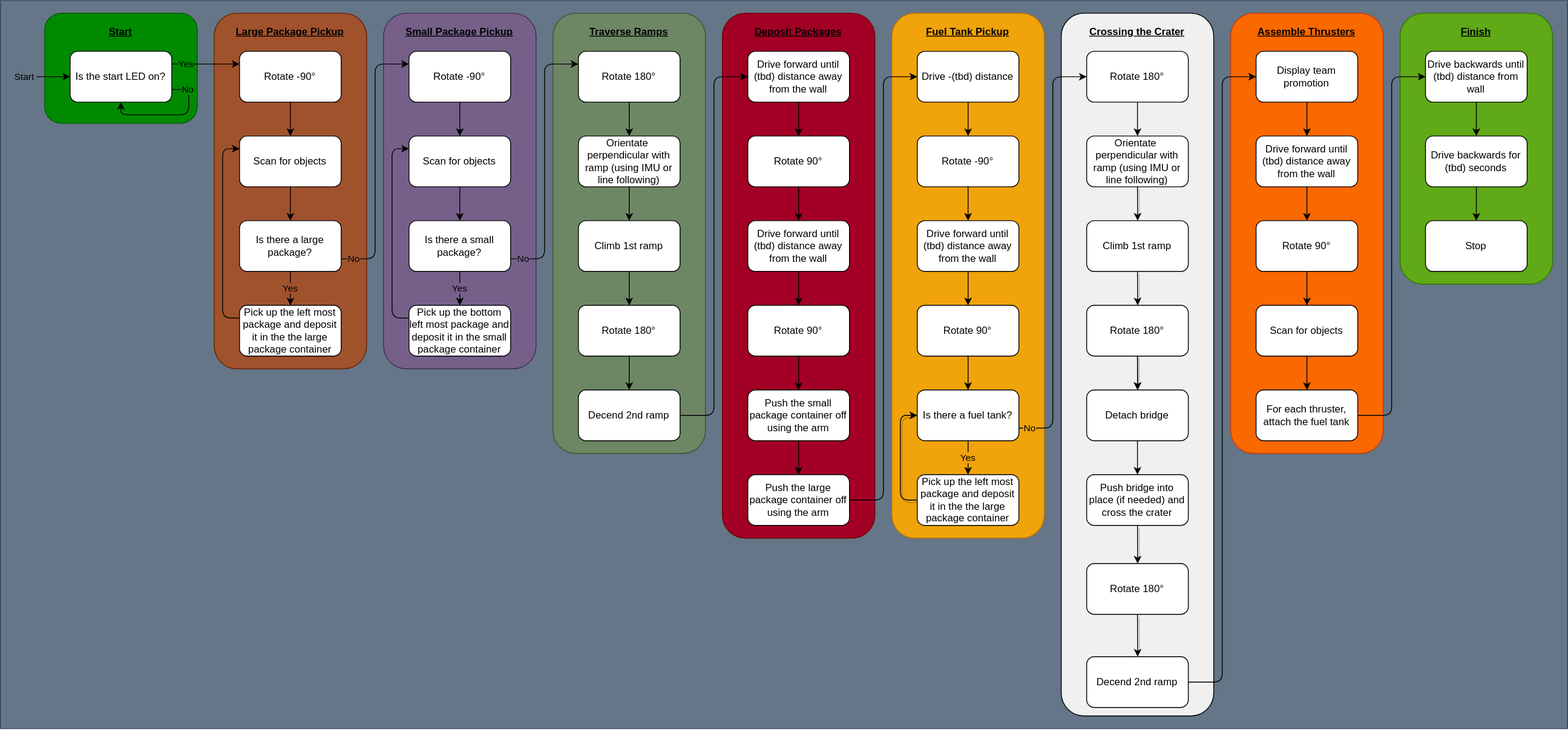
jacobollinger/CBU-IEEE-SEC-HW-2024 keeps this draw.io diagram as docs/block diagrams/high_level_script.drawio.svg. Above is the earlier version. Source tidied: cells renumbered, new cells last; positions are measured from the earlier drawing's top-left corner, leaving out a move shared by most shapes.
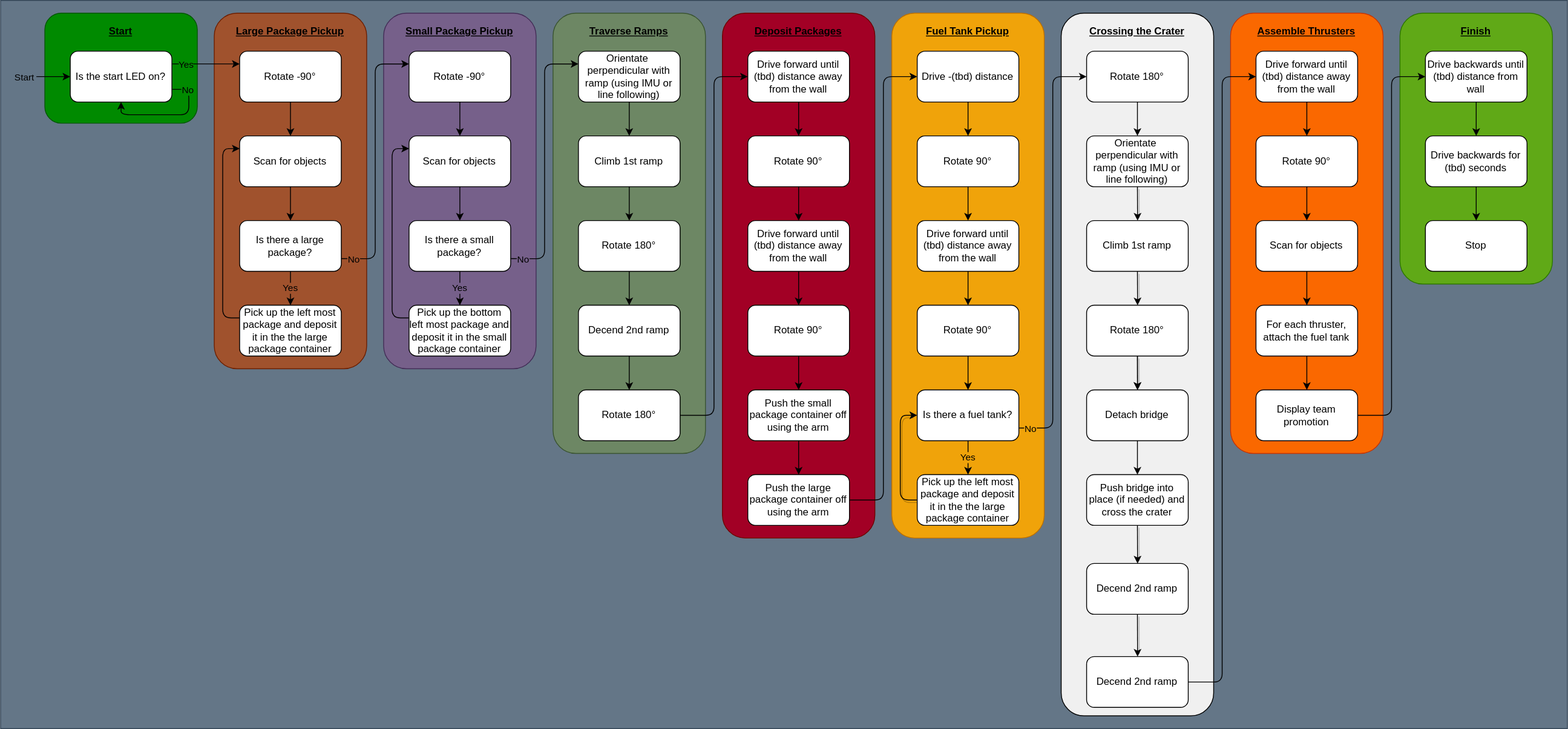
After the commit.

Commit message:
moved when team promotion happens

Change to the diagram source:
```diff
@@ -129,22 +129,22 @@
     <mxCell id="38" style="edgeStyle=orthogonalEdgeStyle;html=1;entryX=0.5;entryY=0;entryDx=0;entryDy=0;labelBackgroundColor=#a0522d;labelBorderColor=none;strokeColor=#000000;" parent="1" edge="1" source="39" target="41">
       <mxGeometry relative="1" as="geometry" />
     </mxCell>
-    <mxCell id="39" value="Rotate 180°" style="rounded=1;whiteSpace=wrap;html=1;" parent="1" vertex="1">
+    <mxCell id="39" value="Orientate&amp;nbsp; perpendicular with ramp (using IMU or line following)" style="rounded=1;whiteSpace=wrap;html=1;" parent="1" vertex="1">
       <mxGeometry x="682.3" y="60" width="120" height="60" as="geometry" />
     </mxCell>
     <mxCell id="40" style="edgeStyle=orthogonalEdgeStyle;html=1;labelBackgroundColor=#a0522d;labelBorderColor=none;strokeColor=#000000;" parent="1" edge="1" source="41" target="43">
       <mxGeometry relative="1" as="geometry" />
     </mxCell>
-    <mxCell id="41" value="Orientate&amp;nbsp; perpendicular with ramp (using IMU or line following)" style="rounded=1;whiteSpace=wrap;html=1;labelBackgroundColor=none;labelBorderColor=none;" parent="1" vertex="1">
+    <mxCell id="41" value="Climb 1st ramp" style="rounded=1;whiteSpace=wrap;html=1;labelBackgroundColor=none;labelBorderColor=none;" parent="1" vertex="1">
       <mxGeometry x="682.3" y="160" width="120" height="60" as="geometry" />
     </mxCell>
     <mxCell id="42" style="edgeStyle=orthogonalEdgeStyle;html=1;labelBackgroundColor=#a0522d;labelBorderColor=none;strokeColor=#000000;" parent="1" edge="1" source="43" target="44">
       <mxGeometry relative="1" as="geometry" />
     </mxCell>
-    <mxCell id="43" value="Climb 1st ramp" style="rounded=1;whiteSpace=wrap;html=1;labelBackgroundColor=none;labelBorderColor=none;" parent="1" vertex="1">
+    <mxCell id="43" value="Rotate 180°" style="rounded=1;whiteSpace=wrap;html=1;labelBackgroundColor=none;labelBorderColor=none;" parent="1" vertex="1">
       <mxGeometry x="682.3" y="260" width="120" height="60" as="geometry" />
     </mxCell>
-    <mxCell id="44" value="Rotate 180°" style="rounded=1;whiteSpace=wrap;html=1;labelBackgroundColor=none;labelBorderColor=none;" parent="1" vertex="1">
+    <mxCell id="44" value="Decend 2nd ramp" style="rounded=1;whiteSpace=wrap;html=1;labelBackgroundColor=none;labelBorderColor=none;" parent="1" vertex="1">
       <mxGeometry x="682.3" y="360" width="120" height="60" as="geometry" />
     </mxCell>
     <mxCell id="45" style="edgeStyle=orthogonalEdgeStyle;html=1;labelBackgroundColor=#a0522d;labelBorderColor=none;exitX=0.5;exitY=1;exitDx=0;exitDy=0;strokeColor=#000000;" parent="1" edge="1" source="44" target="47">
@@ -153,7 +153,7 @@
     <mxCell id="46" style="edgeStyle=orthogonalEdgeStyle;sketch=0;html=1;exitX=1;exitY=0.5;exitDx=0;exitDy=0;entryX=0;entryY=0.5;entryDx=0;entryDy=0;shadow=0;labelBackgroundColor=#a0522d;labelBorderColor=none;startSize=6;strokeColor=#000000;" parent="1" edge="1" source="47" target="49">
       <mxGeometry relative="1" as="geometry" />
     </mxCell>
-    <mxCell id="47" value="Decend 2nd ramp" style="rounded=1;whiteSpace=wrap;html=1;labelBackgroundColor=none;labelBorderColor=none;" parent="1" vertex="1">
+    <mxCell id="47" value="Rotate 180°" style="rounded=1;whiteSpace=wrap;html=1;labelBackgroundColor=none;labelBorderColor=none;" parent="1" vertex="1">
       <mxGeometry x="682.3" y="460" width="120" height="60" as="geometry" />
     </mxCell>
     <mxCell id="48" style="edgeStyle=orthogonalEdgeStyle;html=1;entryX=0.5;entryY=0;entryDx=0;entryDy=0;labelBackgroundColor=#a0522d;labelBorderColor=none;strokeColor=#000000;" parent="1" edge="1" source="49" target="51">
@@ -201,7 +201,7 @@
     <mxCell id="62" style="edgeStyle=orthogonalEdgeStyle;html=1;labelBackgroundColor=#a0522d;labelBorderColor=none;strokeColor=#000000;" parent="1" edge="1" source="63" target="65">
       <mxGeometry relative="1" as="geometry" />
     </mxCell>
-    <mxCell id="63" value="Rotate -90°" style="rounded=1;whiteSpace=wrap;html=1;labelBackgroundColor=none;labelBorderColor=none;" parent="1" vertex="1">
+    <mxCell id="63" value="Rotate 90°" style="rounded=1;whiteSpace=wrap;html=1;labelBackgroundColor=none;labelBorderColor=none;" parent="1" vertex="1">
       <mxGeometry x="1082.3" y="160" width="120" height="60" as="geometry" />
     </mxCell>
     <mxCell id="64" style="edgeStyle=orthogonalEdgeStyle;html=1;labelBackgroundColor=#a0522d;labelBorderColor=none;strokeColor=#000000;" parent="1" edge="1" source="65" target="66">
@@ -249,32 +249,32 @@
     <mxCell id="75" value="Push bridge into place (if needed) and cross the crater" style="rounded=1;whiteSpace=wrap;html=1;labelBackgroundColor=none;labelBorderColor=none;" parent="1" vertex="1">
       <mxGeometry x="1282.3" y="560" width="120" height="60" as="geometry" />
     </mxCell>
-    <mxCell id="76" style="edgeStyle=orthogonalEdgeStyle;sketch=0;html=1;exitX=1;exitY=0.5;exitDx=0;exitDy=0;entryX=0;entryY=0.5;entryDx=0;entryDy=0;shadow=0;labelBackgroundColor=#a0522d;labelBorderColor=none;startSize=6;strokeColor=#000000;" parent="1" edge="1" source="100" target="78">
+    <mxCell id="76" style="edgeStyle=orthogonalEdgeStyle;sketch=0;html=1;exitX=1;exitY=0.5;exitDx=0;exitDy=0;entryX=0;entryY=0.5;entryDx=0;entryDy=0;shadow=0;labelBackgroundColor=#a0522d;labelBorderColor=none;startSize=6;strokeColor=#000000;" parent="1" edge="1" source="100" target="80">
       <mxGeometry relative="1" as="geometry" />
     </mxCell>
-    <mxCell id="77" style="edgeStyle=orthogonalEdgeStyle;html=1;entryX=0.5;entryY=0;entryDx=0;entryDy=0;labelBackgroundColor=#a0522d;labelBorderColor=none;strokeColor=#000000;" parent="1" edge="1" source="78" target="80">
+    <mxCell id="77" style="edgeStyle=orthogonalEdgeStyle;html=1;labelBackgroundColor=#a0522d;labelBorderColor=none;strokeColor=#000000;" parent="1" edge="1" source="107" target="78">
       <mxGeometry relative="1" as="geometry" />
     </mxCell>
     <mxCell id="78" value="Display team promotion" style="rounded=1;whiteSpace=wrap;html=1;" parent="1" vertex="1">
-      <mxGeometry x="1482.3" y="60" width="120" height="60" as="geometry" />
+      <mxGeometry x="1482.3" y="460" width="120" height="60" as="geometry" />
     </mxCell>
     <mxCell id="79" style="edgeStyle=orthogonalEdgeStyle;html=1;labelBackgroundColor=#a0522d;labelBorderColor=none;strokeColor=#000000;" parent="1" edge="1" source="80" target="82">
       <mxGeometry relative="1" as="geometry" />
     </mxCell>
     <mxCell id="80" value="Drive forward until (tbd) distance away from the wall" style="rounded=1;whiteSpace=wrap;html=1;labelBackgroundColor=none;labelBorderColor=none;" parent="1" vertex="1">
-      <mxGeometry x="1482.3" y="160" width="120" height="60" as="geometry" />
+      <mxGeometry x="1482.3" y="60" width="120" height="60" as="geometry" />
     </mxCell>
     <mxCell id="81" style="edgeStyle=orthogonalEdgeStyle;html=1;labelBackgroundColor=#a0522d;labelBorderColor=none;strokeColor=#000000;" parent="1" edge="1" source="82" target="84">
       <mxGeometry relative="1" as="geometry" />
     </mxCell>
     <mxCell id="82" value="Rotate 90°" style="rounded=1;whiteSpace=wrap;html=1;labelBackgroundColor=none;labelBorderColor=none;" parent="1" vertex="1">
-      <mxGeometry x="1482.3" y="260" width="120" height="60" as="geometry" />
+      <mxGeometry x="1482.3" y="160" width="120" height="60" as="geometry" />
     </mxCell>
     <mxCell id="83" style="edgeStyle=none;html=1;exitX=0.5;exitY=1;exitDx=0;exitDy=0;fontColor=#000000;strokeColor=#000000;" parent="1" edge="1" source="84" target="107">
       <mxGeometry relative="1" as="geometry" />
     </mxCell>
     <mxCell id="84" value="Scan for objects" style="rounded=1;whiteSpace=wrap;html=1;labelBackgroundColor=none;labelBorderColor=none;" parent="1" vertex="1">
-      <mxGeometry x="1482.3" y="360" width="120" height="60" as="geometry" />
+      <mxGeometry x="1482.3" y="260" width="120" height="60" as="geometry" />
     </mxCell>
     <mxCell id="85" value="Yes" style="edgeStyle=orthogonalEdgeStyle;html=1;exitX=0.5;exitY=1;exitDx=0;exitDy=0;entryX=0.5;entryY=0;entryDx=0;entryDy=0;labelBackgroundColor=#f0a30a;labelBorderColor=none;strokeColor=#000000;fontColor=#000000;" parent="1" edge="1" source="86" target="88">
       <mxGeometry relative="1" as="geometry" />
@@ -322,7 +322,7 @@
     <mxCell id="98" style="edgeStyle=elbowEdgeStyle;html=1;exitX=0.5;exitY=1;exitDx=0;exitDy=0;entryX=0.5;entryY=0;entryDx=0;entryDy=0;shadow=1;labelBackgroundColor=#fad7ac;strokeColor=#000000;fontColor=#000000;" parent="1" edge="1" source="99" target="100">
       <mxGeometry relative="1" as="geometry" />
     </mxCell>
-    <mxCell id="99" value="Rotate 180°" style="rounded=1;whiteSpace=wrap;html=1;labelBackgroundColor=none;labelBorderColor=none;" parent="1" vertex="1">
+    <mxCell id="99" value="Decend 2nd ramp" style="rounded=1;whiteSpace=wrap;html=1;labelBackgroundColor=none;labelBorderColor=none;" parent="1" vertex="1">
       <mxGeometry x="1282.3" y="665" width="120" height="60" as="geometry" />
     </mxCell>
     <mxCell id="100" value="Decend 2nd ramp" style="rounded=1;whiteSpace=wrap;html=1;labelBackgroundColor=none;labelBorderColor=none;" parent="1" vertex="1">
@@ -331,7 +331,7 @@
     <mxCell id="101" value="&lt;b style=&quot;&quot;&gt;&lt;font style=&quot;&quot; color=&quot;#000000&quot;&gt;&lt;u&gt;Finish&lt;/u&gt;&lt;/font&gt;&lt;/b&gt;" style="rounded=1;whiteSpace=wrap;html=1;verticalAlign=top;spacing=10;fillColor=#60a917;strokeColor=#2D7600;glass=0;fontColor=#ffffff;" parent="1" vertex="1">
       <mxGeometry x="1652.3" y="15" width="180" height="320" as="geometry" />
     </mxCell>
-    <mxCell id="102" style="edgeStyle=orthogonalEdgeStyle;sketch=0;html=1;exitX=1;exitY=0.5;exitDx=0;exitDy=0;shadow=0;labelBackgroundColor=#a0522d;labelBorderColor=none;startSize=6;strokeColor=#000000;entryX=0;entryY=0.5;entryDx=0;entryDy=0;" parent="1" edge="1" source="107" target="108">
+    <mxCell id="102" style="edgeStyle=orthogonalEdgeStyle;sketch=0;html=1;exitX=1;exitY=0.5;exitDx=0;exitDy=0;shadow=0;labelBackgroundColor=#a0522d;labelBorderColor=none;startSize=6;strokeColor=#000000;entryX=0;entryY=0.5;entryDx=0;entryDy=0;" parent="1" edge="1" source="78" target="108">
       <mxGeometry relative="1" as="geometry" />
     </mxCell>
     <mxCell id="103" style="edgeStyle=orthogonalEdgeStyle;html=1;labelBackgroundColor=#a0522d;labelBorderColor=none;strokeColor=#000000;" parent="1" edge="1" source="108" target="105">
@@ -347,7 +347,7 @@
       <mxGeometry x="1682.3" y="260" width="120" height="60" as="geometry" />
     </mxCell>
     <mxCell id="107" value="For each thruster, attach the fuel tank" style="rounded=1;whiteSpace=wrap;html=1;labelBackgroundColor=none;labelBorderColor=none;" parent="1" vertex="1">
-      <mxGeometry x="1482.3" y="460" width="120" height="60" as="geometry" />
+      <mxGeometry x="1482.3" y="360" width="120" height="60" as="geometry" />
     </mxCell>
     <mxCell id="108" value="Drive backwards until (tbd) distance from wall" style="rounded=1;whiteSpace=wrap;html=1;" parent="1" vertex="1">
       <mxGeometry x="1682.3" y="60" width="120" height="60" as="geometry" />
```
